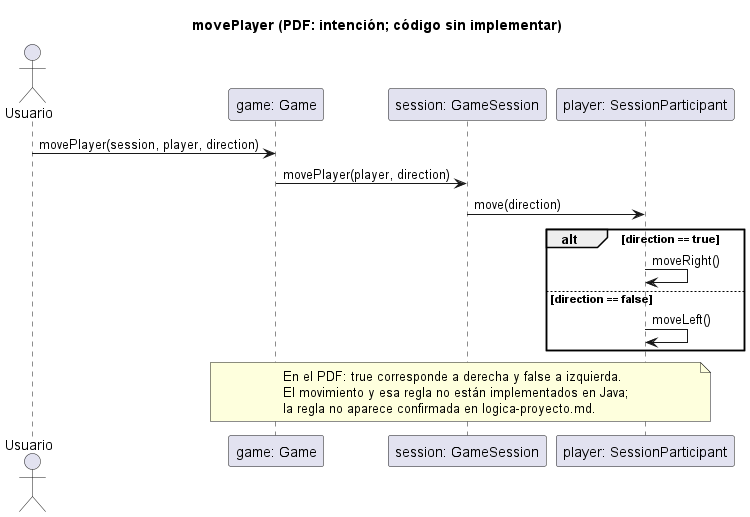
PaglkG/ProyectoFinal-Dopo keeps this PlantUML diagram as docs/uml/capturas/domain-sequences_002.png. Above is the earlier version. The source it was exported from:
```plantuml
@startuml
title movePlayer (PDF: intención; código sin implementar)
actor Usuario
participant "game: Game" as G
participant "session: GameSession" as S
participant "player: SessionParticipant" as P
Usuario -> G: movePlayer(session, player, direction)
G -> S: movePlayer(player, direction)
S -> P: move(direction)
alt direction == true
  P -> P: moveRight()
else direction == false
  P -> P: moveLeft()
end
note over G,P
  En el PDF: true corresponde a derecha y false a izquierda.
  El movimiento y esa regla no están implementados en Java;
  la regla no aparece confirmada en logica-proyecto.md.
end note
@enduml
```
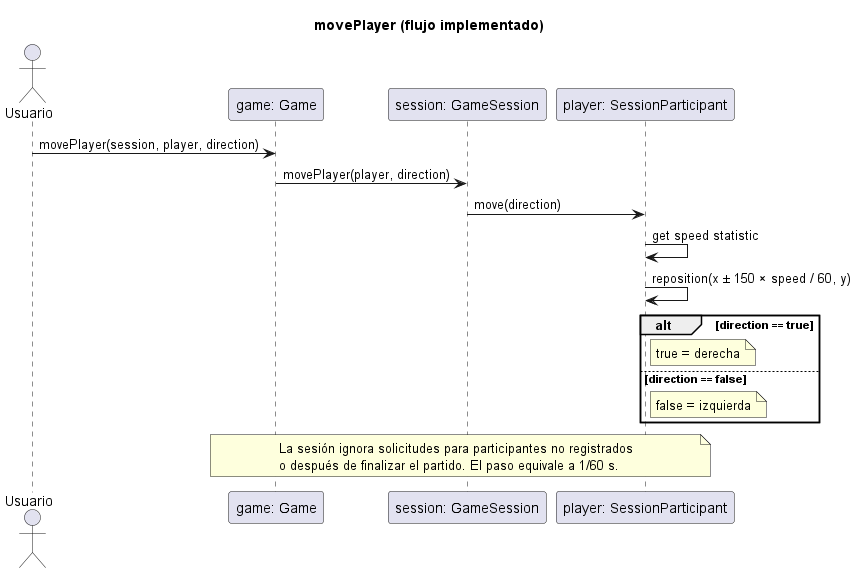
After the change.

Diff of the diagram source:
```diff
@@ -1,5 +1,5 @@
 @startuml
-title movePlayer (PDF: intención; código sin implementar)
+title movePlayer (flujo implementado)
 actor Usuario
 participant "game: Game" as G
 participant "session: GameSession" as S
@@ -7,14 +7,15 @@
 Usuario -> G: movePlayer(session, player, direction)
 G -> S: movePlayer(player, direction)
 S -> P: move(direction)
+P -> P: get speed statistic
+P -> P: reposition(x ± 150 × speed / 60, y)
 alt direction == true
-  P -> P: moveRight()
+  note right of P: true = derecha
 else direction == false
-  P -> P: moveLeft()
+  note right of P: false = izquierda
 end
 note over G,P
-  En el PDF: true corresponde a derecha y false a izquierda.
-  El movimiento y esa regla no están implementados en Java;
-  la regla no aparece confirmada en logica-proyecto.md.
+  La sesión ignora solicitudes para participantes no registrados
+  o después de finalizar el partido. El paso equivale a 1/60 s.
 end note
 @enduml
```
